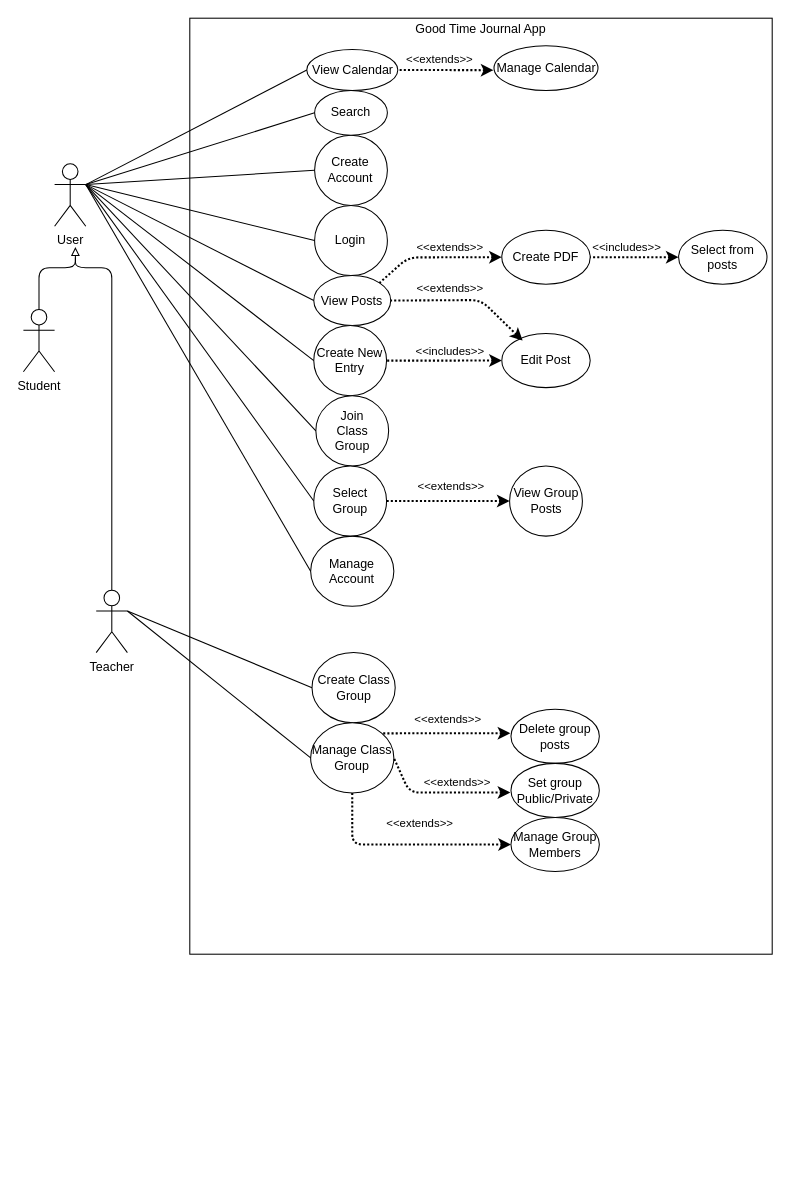
Before: UseCase.drawio in VadathHeilsang/430DreamTeam, a draw.io diagram. Source tidied: cells renumbered, new cells numbered last; positions are measured from the earlier drawing's top-left corner, leaving out a move shared by most shapes. Both pictures are drawn from the tidied source at 104%, with x=0, y=0 at pixel (23, 18).
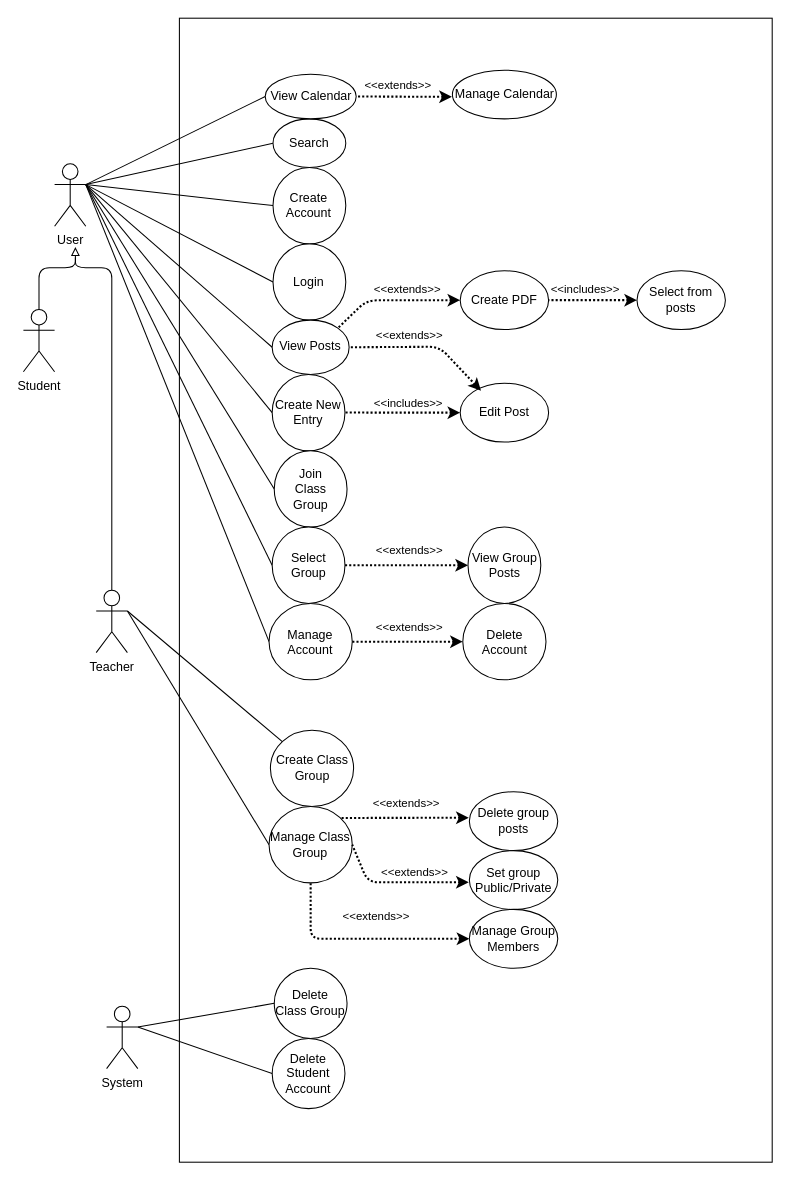
The same page after the edit.

Commit message:
Added "System" Use cases

The change refers to these unchanged cells:
```xml
<mxCell id="52" value="User" style="shape=umlActor;verticalLabelPosition=bottom;verticalAlign=top;html=1;outlineConnect=0;" parent="1" vertex="1">
  <mxGeometry x="30" y="140" width="30" height="60" as="geometry" />
</mxCell>
<mxCell id="54" value="Teacher" style="shape=umlActor;verticalLabelPosition=bottom;verticalAlign=top;html=1;outlineConnect=0;" parent="1" vertex="1">
  <mxGeometry x="70" y="550" width="30" height="60" as="geometry" />
</mxCell>
```

What changed in the source:
```diff
@@
-    <mxCell id="2" style="group;" parent="1" vertex="1">
-      <mxGeometry x="310" y="100" width="410" height="800" as="geometry" />
-    </mxCell>
-    <mxCell id="3" style="group;" parent="2" vertex="1">
-      <mxGeometry x="-150" y="-100" width="560" height="900" as="geometry" />
-    </mxCell>
-    <mxCell id="4" style="rounded=0;whiteSpace=wrap;html=1;" parent="3" vertex="1">
-      <mxGeometry width="560" height="900" as="geometry" />
-    </mxCell>
-    <mxCell id="5" value="Good Time Journal App" style="text;html=1;strokeColor=none;fillColor=none;align=center;verticalAlign=middle;whiteSpace=wrap;rounded=0;" parent="3" vertex="1">
-      <mxGeometry x="210" width="140" height="22.5" as="geometry" />
-    </mxCell>
-    <mxCell id="6" value="&amp;lt;&amp;lt;includes&amp;gt;&amp;gt;" style="endArrow=none;html=1;strokeWidth=2;startArrow=classic;startFill=1;entryX=1;entryY=0.5;entryDx=0;entryDy=0;exitX=0;exitY=0.5;exitDx=0;exitDy=0;dashed=1;dashPattern=1 1;" parent="3" edge="1" source="20" target="27">
-      <mxGeometry x="-0.1" y="-9" relative="1" as="geometry" />
-    </mxCell>
-    <mxCell id="7" value="&amp;lt;&amp;lt;extends&amp;gt;&amp;gt;" style="endArrow=none;html=1;strokeWidth=2;startArrow=classic;startFill=1;dashed=1;dashPattern=1 1;entryX=1;entryY=0.5;entryDx=0;entryDy=0;exitX=0;exitY=0.5;exitDx=0;exitDy=0;" parent="3" edge="1" source="18" target="32">
-      <mxGeometry x="-0.03" y="-14" relative="1" as="geometry" />
-    </mxCell>
-    <mxCell id="8" value="Manage Account" style="ellipse;whiteSpace=wrap;html=1;" parent="3" vertex="1">
-      <mxGeometry x="116.2" y="498" width="80" height="67.5" as="geometry" />
-    </mxCell>
-    <mxCell id="9" style="group;" parent="3" vertex="1">
-      <mxGeometry x="120" y="180" width="70" height="67.5" as="geometry" />
-    </mxCell>
-    <mxCell id="10" style="ellipse;whiteSpace=wrap;html=1;" parent="9" vertex="1">
-      <mxGeometry width="70" height="67.5" as="geometry" />
-    </mxCell>
-    <mxCell id="11" value="&lt;div&gt;Login&lt;/div&gt;" style="text;html=1;strokeColor=none;fillColor=none;align=center;verticalAlign=middle;whiteSpace=wrap;rounded=0;" parent="9" vertex="1">
-      <mxGeometry x="23.3" y="25.3" width="23.3" height="16.9" as="geometry" />
-    </mxCell>
-    <mxCell id="12" style="group;" parent="3" vertex="1">
-      <mxGeometry x="120" y="112.5" width="70" height="67.5" as="geometry" />
-    </mxCell>
-    <mxCell id="13" style="ellipse;whiteSpace=wrap;html=1;" parent="12" vertex="1">
-      <mxGeometry width="70" height="67.5" as="geometry" />
-    </mxCell>
-    <mxCell id="14" value="Create Account" style="text;html=1;strokeColor=none;fillColor=none;align=center;verticalAlign=middle;whiteSpace=wrap;rounded=0;" parent="12" vertex="1">
-      <mxGeometry x="23.3" y="25.3" width="23.3" height="16.9" as="geometry" />
-    </mxCell>
-    <mxCell id="15" value="Search" style="ellipse;whiteSpace=wrap;html=1;" parent="3" vertex="1">
-      <mxGeometry x="120" y="69.5" width="70" height="43" as="geometry" />
-    </mxCell>
-    <mxCell id="16" value="View Calendar" style="ellipse;whiteSpace=wrap;html=1;" parent="3" vertex="1">
-      <mxGeometry x="112.5" y="30" width="87.5" height="39.5" as="geometry" />
-    </mxCell>
-    <mxCell id="17" value="Manage Calendar" style="ellipse;whiteSpace=wrap;html=1;" parent="3" vertex="1">
-      <mxGeometry x="292.5" y="26.5" width="100" height="43" as="geometry" />
-    </mxCell>
-    <mxCell id="18" value="View Group Posts" style="ellipse;whiteSpace=wrap;html=1;" parent="3" vertex="1">
-      <mxGeometry x="307.5" y="430.5" width="70" height="67.5" as="geometry" />
-    </mxCell>
-    <mxCell id="19" value="View Posts" style="ellipse;whiteSpace=wrap;html=1;" parent="3" vertex="1">
-      <mxGeometry x="119.2" y="247.5" width="74" height="48" as="geometry" />
-    </mxCell>
-    <mxCell id="20" value="Edit Post" style="ellipse;whiteSpace=wrap;html=1;" parent="3" vertex="1">
-      <mxGeometry x="300" y="303.2" width="85" height="52" as="geometry" />
-    </mxCell>
-    <mxCell id="21" value="Create PDF" style="ellipse;whiteSpace=wrap;html=1;" parent="3" vertex="1">
-      <mxGeometry x="300" y="203.8" width="85" height="52" as="geometry" />
-    </mxCell>
-    <mxCell id="22" value="&amp;lt;&amp;lt;extends&amp;gt;&amp;gt;" style="endArrow=none;html=1;strokeWidth=2;startArrow=classic;startFill=1;entryX=1;entryY=0.5;entryDx=0;entryDy=0;dashed=1;dashPattern=1 1;" parent="3" edge="1" target="16">
-      <mxGeometry x="0.13" y="-10" relative="1" as="geometry">
-        <mxPoint x="292" y="50" as="sourcePoint" />
-      </mxGeometry>
-    </mxCell>
-    <mxCell id="23" value="&amp;lt;&amp;lt;extends&amp;gt;&amp;gt;" style="endArrow=none;html=1;strokeWidth=2;startArrow=classic;startFill=1;dashed=1;dashPattern=1 1;entryX=1;entryY=0.5;entryDx=0;entryDy=0;" parent="3" edge="1" target="19">
-      <mxGeometry x="0.2" y="-11" relative="1" as="geometry">
-        <mxPoint x="320" y="310" as="sourcePoint" />
-        <Array as="points">
-          <mxPoint x="280" y="271" />
-        </Array>
-      </mxGeometry>
-    </mxCell>
-    <mxCell id="24" value="&amp;lt;&amp;lt;extends&amp;gt;&amp;gt;" style="endArrow=none;html=1;strokeWidth=2;startArrow=classic;startFill=1;exitX=0;exitY=0.5;exitDx=0;exitDy=0;dashed=1;dashPattern=1 1;entryX=1;entryY=0;entryDx=0;entryDy=0;" parent="3" edge="1" source="21" target="19">
-      <mxGeometry x="-0.21" y="-10" relative="1" as="geometry">
-        <Array as="points">
-          <mxPoint x="210" y="230" />
-        </Array>
-      </mxGeometry>
-    </mxCell>
-    <mxCell id="25" value="Select from posts" style="ellipse;whiteSpace=wrap;html=1;" parent="3" vertex="1">
-      <mxGeometry x="470" y="203.8" width="85" height="52" as="geometry" />
-    </mxCell>
-    <mxCell id="26" value="&amp;lt;&amp;lt;includes&amp;gt;&amp;gt;" style="endArrow=none;html=1;strokeWidth=2;startArrow=classic;startFill=1;entryX=1;entryY=0.5;entryDx=0;entryDy=0;exitX=0;exitY=0.5;exitDx=0;exitDy=0;dashed=1;dashPattern=1 1;" parent="3" edge="1" source="25" target="21">
-      <mxGeometry x="0.18" y="-10" relative="1" as="geometry" />
-    </mxCell>
-    <mxCell id="27" value="Create New Entry" style="ellipse;whiteSpace=wrap;html=1;" parent="3" vertex="1">
-      <mxGeometry x="119.2" y="295.5" width="70" height="67.5" as="geometry" />
-    </mxCell>
-    <mxCell id="28" style="group;" parent="3" vertex="1">
-      <mxGeometry x="121.2" y="363" width="70" height="67.5" as="geometry" />
-    </mxCell>
-    <mxCell id="29" style="ellipse;whiteSpace=wrap;html=1;" parent="28" vertex="1">
-      <mxGeometry width="70" height="67.5" as="geometry" />
-    </mxCell>
-    <mxCell id="30" value="Join Class Group" style="text;html=1;strokeColor=none;fillColor=none;align=center;verticalAlign=middle;whiteSpace=wrap;rounded=0;" parent="28" vertex="1">
-      <mxGeometry x="23.3" y="25.3" width="23.3" height="16.9" as="geometry" />
-    </mxCell>
-    <mxCell id="31" style="group;" parent="3" vertex="1">
-      <mxGeometry x="119.2" y="430.5" width="70" height="67.5" as="geometry" />
-    </mxCell>
-    <mxCell id="32" style="ellipse;whiteSpace=wrap;html=1;" parent="31" vertex="1">
-      <mxGeometry width="70" height="67.5" as="geometry" />
-    </mxCell>
-    <mxCell id="33" value="Select Group" style="text;html=1;strokeColor=none;fillColor=none;align=center;verticalAlign=middle;whiteSpace=wrap;rounded=0;" parent="31" vertex="1">
-      <mxGeometry x="23.3" y="25.3" width="23.3" height="16.9" as="geometry" />
-    </mxCell>
-    <mxCell id="34" style="edgeStyle=orthogonalEdgeStyle;rounded=0;orthogonalLoop=1;jettySize=auto;html=1;exitX=0.5;exitY=1;exitDx=0;exitDy=0;" parent="3" edge="1" source="4" target="4">
-      <mxGeometry relative="1" as="geometry" />
-    </mxCell>
-    <mxCell id="35" value="Create Class Group" style="ellipse;whiteSpace=wrap;html=1;" parent="3" vertex="1">
-      <mxGeometry x="117.5" y="610" width="80" height="67.5" as="geometry" />
-    </mxCell>
-    <mxCell id="36" value="Manage Class Group" style="ellipse;whiteSpace=wrap;html=1;" parent="3" vertex="1">
-      <mxGeometry x="116.2" y="677.5" width="80" height="67.5" as="geometry" />
-    </mxCell>
-    <mxCell id="37" value="Delete group posts" style="ellipse;whiteSpace=wrap;html=1;" parent="3" vertex="1">
-      <mxGeometry x="308.8" y="664.5" width="85" height="52" as="geometry" />
-    </mxCell>
-    <mxCell id="38" value="Set group Public/Private" style="ellipse;whiteSpace=wrap;html=1;" parent="3" vertex="1">
-      <mxGeometry x="308.8" y="716.5" width="85" height="52" as="geometry" />
-    </mxCell>
-    <mxCell id="39" value="Manage Group Members" style="ellipse;whiteSpace=wrap;html=1;" parent="3" vertex="1">
-      <mxGeometry x="308.8" y="768.5" width="85" height="52" as="geometry" />
-    </mxCell>
-    <mxCell id="40" value="&amp;lt;&amp;lt;extends&amp;gt;&amp;gt;" style="endArrow=none;html=1;strokeWidth=2;startArrow=classic;startFill=1;dashed=1;dashPattern=1 1;entryX=1;entryY=0;entryDx=0;entryDy=0;" parent="3" edge="1" target="36">
-      <mxGeometry x="-0.03" y="-14" relative="1" as="geometry">
-        <mxPoint x="308.2" y="687.5" as="sourcePoint" />
-      </mxGeometry>
-    </mxCell>
-    <mxCell id="41" value="&amp;lt;&amp;lt;extends&amp;gt;&amp;gt;" style="endArrow=none;html=1;strokeWidth=2;startArrow=classic;startFill=1;dashed=1;dashPattern=1 1;exitX=0;exitY=0.5;exitDx=0;exitDy=0;entryX=0.5;entryY=1;entryDx=0;entryDy=0;" parent="3" edge="1" source="39" target="36">
-      <mxGeometry x="-0.13" y="-21" relative="1" as="geometry">
-        <Array as="points">
-          <mxPoint x="156.2" y="794.5" />
-        </Array>
-      </mxGeometry>
-    </mxCell>
-    <mxCell id="42" value="&amp;lt;&amp;lt;extends&amp;gt;&amp;gt;" style="endArrow=none;html=1;strokeWidth=2;startArrow=classic;startFill=1;dashed=1;dashPattern=1 1;entryX=1;entryY=0.5;entryDx=0;entryDy=0;" parent="3" edge="1" target="36">
-      <mxGeometry x="-0.24" y="-10" relative="1" as="geometry">
-        <mxPoint x="308.2" y="744.5" as="sourcePoint" />
-        <Array as="points">
-          <mxPoint x="211.2" y="744.5" />
-        </Array>
-      </mxGeometry>
-    </mxCell>
+    <mxCell id="59" style="rounded=0;whiteSpace=wrap;html=1;" parent="1" vertex="1">
+      <mxGeometry x="150" width="570" height="1100" as="geometry" />
+    </mxCell>
@@
-    <mxCell id="45" style="endArrow=none;html=1;entryX=0;entryY=0.5;entryDx=0;entryDy=0;exitX=1;exitY=0.3333333333333333;exitDx=0;exitDy=0;exitPerimeter=0;" parent="1" edge="1" source="52" target="13">
+    <mxCell id="45" style="endArrow=none;html=1;entryX=0;entryY=0.5;entryDx=0;entryDy=0;exitX=1;exitY=0.3333333333333333;exitDx=0;exitDy=0;exitPerimeter=0;" parent="1" edge="1" source="52" target="68">
       <mxGeometry relative="1" as="geometry" />
     </mxCell>
-    <mxCell id="46" style="endArrow=none;html=1;entryX=0;entryY=0.5;entryDx=0;entryDy=0;exitX=1;exitY=0.3333333333333333;exitDx=0;exitDy=0;exitPerimeter=0;" parent="1" edge="1" source="52" target="10">
+    <mxCell id="46" style="endArrow=none;html=1;entryX=0;entryY=0.5;entryDx=0;entryDy=0;exitX=1;exitY=0.3333333333333333;exitDx=0;exitDy=0;exitPerimeter=0;" parent="1" edge="1" source="52" target="66">
       <mxGeometry relative="1" as="geometry" />
     </mxCell>
@@
-    <mxCell id="49" style="endArrow=none;html=1;entryX=0;entryY=0.5;entryDx=0;entryDy=0;exitX=1;exitY=0.3333333333333333;exitDx=0;exitDy=0;exitPerimeter=0;" parent="1" edge="1" source="52" target="32">
+    <mxCell id="49" style="endArrow=none;html=1;entryX=0;entryY=0.5;entryDx=0;entryDy=0;exitX=1;exitY=0.3333333333333333;exitDx=0;exitDy=0;exitPerimeter=0;" parent="1" edge="1" source="52" target="73">
       <mxGeometry relative="1" as="geometry" />
     </mxCell>
-    <mxCell id="50" style="endArrow=none;html=1;entryX=0;entryY=0.5;entryDx=0;entryDy=0;exitX=1;exitY=0.3333333333333333;exitDx=0;exitDy=0;exitPerimeter=0;" parent="1" edge="1" source="52" target="29">
+    <mxCell id="50" style="endArrow=none;html=1;entryX=0;entryY=0.5;entryDx=0;entryDy=0;exitX=1;exitY=0.3333333333333333;exitDx=0;exitDy=0;exitPerimeter=0;" parent="1" edge="1" source="52" target="71">
       <mxGeometry relative="1" as="geometry" />
     </mxCell>
@@
-    <mxCell id="57" style="endArrow=none;html=1;exitX=1;exitY=0.3333333333333333;exitDx=0;exitDy=0;exitPerimeter=0;entryX=0;entryY=0.5;entryDx=0;entryDy=0;" parent="1" edge="1" source="54" target="35">
+    <mxCell id="57" style="endArrow=none;html=1;exitX=1;exitY=0.3333333333333333;exitDx=0;exitDy=0;exitPerimeter=0;entryX=0;entryY=0;entryDx=0;entryDy=0;" parent="1" edge="1" source="54" target="35">
       <mxGeometry relative="1" as="geometry" />
     </mxCell>
@@
+    <mxCell id="60" value="Delete Class Group" style="ellipse;whiteSpace=wrap;html=1;" parent="1" vertex="1">
+      <mxGeometry x="241.2" y="913.5" width="70" height="67.5" as="geometry" />
+    </mxCell>
+    <mxCell id="61" value="Delete Student Account" style="ellipse;whiteSpace=wrap;html=1;" parent="1" vertex="1">
+      <mxGeometry x="239.2" y="981" width="70" height="67.5" as="geometry" />
+    </mxCell>
+    <mxCell id="62" style="endArrow=none;html=1;exitX=1;exitY=0.3333333333333333;exitDx=0;exitDy=0;exitPerimeter=0;entryX=0;entryY=0.5;entryDx=0;entryDy=0;" parent="1" edge="1" source="77" target="60">
+      <mxGeometry relative="1" as="geometry" />
+    </mxCell>
+    <mxCell id="63" style="endArrow=none;html=1;entryX=0;entryY=0.5;entryDx=0;entryDy=0;exitX=1;exitY=0.3333333333333333;exitDx=0;exitDy=0;exitPerimeter=0;" parent="1" edge="1" source="77" target="61">
+      <mxGeometry relative="1" as="geometry" />
+    </mxCell>
+    <mxCell id="6" value="&amp;lt;&amp;lt;includes&amp;gt;&amp;gt;" style="endArrow=none;html=1;strokeWidth=2;startArrow=classic;startFill=1;entryX=1;entryY=0.5;entryDx=0;entryDy=0;exitX=0;exitY=0.5;exitDx=0;exitDy=0;dashed=1;dashPattern=1 1;" parent="1" edge="1" source="20" target="27">
+      <mxGeometry x="-0.1" y="-9" relative="1" as="geometry" />
+    </mxCell>
+    <mxCell id="64" value="&amp;lt;&amp;lt;extends&amp;gt;&amp;gt;" style="endArrow=none;html=1;strokeWidth=2;startArrow=classic;startFill=1;dashed=1;dashPattern=1 1;entryX=1;entryY=0.5;entryDx=0;entryDy=0;exitX=0;exitY=0.5;exitDx=0;exitDy=0;" parent="1" edge="1" source="18" target="73">
+      <mxGeometry x="-0.03" y="-14" relative="1" as="geometry" />
+    </mxCell>
+    <mxCell id="8" value="Manage Account" style="ellipse;whiteSpace=wrap;html=1;" parent="1" vertex="1">
+      <mxGeometry x="236.2" y="562.8" width="80" height="73.4" as="geometry" />
+    </mxCell>
+    <mxCell id="65" style="group;" parent="1" vertex="1">
+      <mxGeometry x="240" y="216.9" width="70" height="73.4" as="geometry" />
+    </mxCell>
+    <mxCell id="66" style="ellipse;whiteSpace=wrap;html=1;" parent="65" vertex="1">
+      <mxGeometry width="70" height="73.4" as="geometry" />
+    </mxCell>
+    <mxCell id="11" value="&lt;div&gt;Login&lt;/div&gt;" style="text;html=1;strokeColor=none;fillColor=none;align=center;verticalAlign=middle;whiteSpace=wrap;rounded=0;" parent="65" vertex="1">
+      <mxGeometry x="23.3" y="27.5" width="23.3" height="18.4" as="geometry" />
+    </mxCell>
+    <mxCell id="67" style="group;" parent="1" vertex="1">
+      <mxGeometry x="240" y="143.5" width="70" height="73.4" as="geometry" />
+    </mxCell>
+    <mxCell id="68" style="ellipse;whiteSpace=wrap;html=1;" parent="67" vertex="1">
+      <mxGeometry width="70" height="73.4" as="geometry" />
+    </mxCell>
+    <mxCell id="14" value="Create Account" style="text;html=1;strokeColor=none;fillColor=none;align=center;verticalAlign=middle;whiteSpace=wrap;rounded=0;" parent="67" vertex="1">
+      <mxGeometry x="23.3" y="27.5" width="23.3" height="18.4" as="geometry" />
+    </mxCell>
+    <mxCell id="15" value="Search" style="ellipse;whiteSpace=wrap;html=1;" parent="1" vertex="1">
+      <mxGeometry x="240" y="96.8" width="70" height="46.8" as="geometry" />
+    </mxCell>
+    <mxCell id="16" value="View Calendar" style="ellipse;whiteSpace=wrap;html=1;" parent="1" vertex="1">
+      <mxGeometry x="232.5" y="53.8" width="87.5" height="43" as="geometry" />
+    </mxCell>
+    <mxCell id="17" value="Manage Calendar" style="ellipse;whiteSpace=wrap;html=1;" parent="1" vertex="1">
+      <mxGeometry x="412.5" y="50" width="100" height="46.8" as="geometry" />
+    </mxCell>
+    <mxCell id="18" value="View Group Posts" style="ellipse;whiteSpace=wrap;html=1;" parent="1" vertex="1">
+      <mxGeometry x="427.5" y="489.3" width="70" height="73.4" as="geometry" />
+    </mxCell>
+    <mxCell id="19" value="View Posts" style="ellipse;whiteSpace=wrap;html=1;" parent="1" vertex="1">
+      <mxGeometry x="239.2" y="290.3" width="74" height="52.2" as="geometry" />
+    </mxCell>
+    <mxCell id="20" value="Edit Post" style="ellipse;whiteSpace=wrap;html=1;" parent="1" vertex="1">
+      <mxGeometry x="420" y="351" width="85" height="56.6" as="geometry" />
+    </mxCell>
+    <mxCell id="21" value="Create PDF" style="ellipse;whiteSpace=wrap;html=1;" parent="1" vertex="1">
+      <mxGeometry x="420" y="242.8" width="85" height="56.6" as="geometry" />
+    </mxCell>
+    <mxCell id="22" value="&amp;lt;&amp;lt;extends&amp;gt;&amp;gt;" style="endArrow=none;html=1;strokeWidth=2;startArrow=classic;startFill=1;entryX=1;entryY=0.5;entryDx=0;entryDy=0;dashed=1;dashPattern=1 1;" parent="1" edge="1" target="16">
+      <mxGeometry x="0.13" y="-10" relative="1" as="geometry">
+        <mxPoint x="412" y="75.6" as="sourcePoint" />
+      </mxGeometry>
+    </mxCell>
+    <mxCell id="69" value="&amp;lt;&amp;lt;extends&amp;gt;&amp;gt;" style="endArrow=none;html=1;strokeWidth=2;startArrow=classic;startFill=1;dashed=1;dashPattern=1 1;entryX=1;entryY=0.5;entryDx=0;entryDy=0;" parent="1" edge="1" target="19">
+      <mxGeometry x="0.2" y="-11" relative="1" as="geometry">
+        <mxPoint x="440" y="358.3" as="sourcePoint" />
+        <Array as="points">
+          <mxPoint x="400" y="315.9" />
+        </Array>
+      </mxGeometry>
+    </mxCell>
+    <mxCell id="24" value="&amp;lt;&amp;lt;extends&amp;gt;&amp;gt;" style="endArrow=none;html=1;strokeWidth=2;startArrow=classic;startFill=1;exitX=0;exitY=0.5;exitDx=0;exitDy=0;dashed=1;dashPattern=1 1;entryX=1;entryY=0;entryDx=0;entryDy=0;" parent="1" edge="1" source="21" target="19">
+      <mxGeometry x="-0.21" y="-10" relative="1" as="geometry">
+        <Array as="points">
+          <mxPoint x="330" y="271.3" />
+        </Array>
+      </mxGeometry>
+    </mxCell>
+    <mxCell id="25" value="Select from posts" style="ellipse;whiteSpace=wrap;html=1;" parent="1" vertex="1">
+      <mxGeometry x="590" y="242.8" width="85" height="56.6" as="geometry" />
+    </mxCell>
+    <mxCell id="26" value="&amp;lt;&amp;lt;includes&amp;gt;&amp;gt;" style="endArrow=none;html=1;strokeWidth=2;startArrow=classic;startFill=1;entryX=1;entryY=0.5;entryDx=0;entryDy=0;exitX=0;exitY=0.5;exitDx=0;exitDy=0;dashed=1;dashPattern=1 1;" parent="1" edge="1" source="25" target="21">
+      <mxGeometry x="0.18" y="-10" relative="1" as="geometry" />
+    </mxCell>
+    <mxCell id="27" value="Create New Entry" style="ellipse;whiteSpace=wrap;html=1;" parent="1" vertex="1">
+      <mxGeometry x="239.2" y="342.5" width="70" height="73.4" as="geometry" />
+    </mxCell>
+    <mxCell id="70" style="group;" parent="1" vertex="1">
+      <mxGeometry x="241.2" y="415.9" width="70" height="73.4" as="geometry" />
+    </mxCell>
+    <mxCell id="71" style="ellipse;whiteSpace=wrap;html=1;" parent="70" vertex="1">
+      <mxGeometry width="70" height="73.4" as="geometry" />
+    </mxCell>
+    <mxCell id="30" value="Join Class Group" style="text;html=1;strokeColor=none;fillColor=none;align=center;verticalAlign=middle;whiteSpace=wrap;rounded=0;" parent="70" vertex="1">
+      <mxGeometry x="23.3" y="27.5" width="23.3" height="18.4" as="geometry" />
+    </mxCell>
+    <mxCell id="72" style="group;" parent="1" vertex="1">
+      <mxGeometry x="239.2" y="489.3" width="70" height="73.4" as="geometry" />
+    </mxCell>
+    <mxCell id="73" style="ellipse;whiteSpace=wrap;html=1;" parent="72" vertex="1">
+      <mxGeometry width="70" height="73.4" as="geometry" />
+    </mxCell>
+    <mxCell id="33" value="Select Group" style="text;html=1;strokeColor=none;fillColor=none;align=center;verticalAlign=middle;whiteSpace=wrap;rounded=0;" parent="72" vertex="1">
+      <mxGeometry x="23.3" y="27.5" width="23.3" height="18.4" as="geometry" />
+    </mxCell>
+    <mxCell id="35" value="Create Class Group" style="ellipse;whiteSpace=wrap;html=1;" parent="1" vertex="1">
+      <mxGeometry x="237.5" y="684.6" width="80" height="73.4" as="geometry" />
+    </mxCell>
+    <mxCell id="36" value="Manage Class Group" style="ellipse;whiteSpace=wrap;html=1;" parent="1" vertex="1">
+      <mxGeometry x="236.2" y="758" width="80" height="73.4" as="geometry" />
+    </mxCell>
+    <mxCell id="37" value="Delete group posts" style="ellipse;whiteSpace=wrap;html=1;" parent="1" vertex="1">
+      <mxGeometry x="428.8" y="743.8" width="85" height="56.6" as="geometry" />
+    </mxCell>
+    <mxCell id="38" value="Set group Public/Private" style="ellipse;whiteSpace=wrap;html=1;" parent="1" vertex="1">
+      <mxGeometry x="428.8" y="800.4" width="85" height="56.6" as="geometry" />
+    </mxCell>
+    <mxCell id="39" value="Manage Group Members" style="ellipse;whiteSpace=wrap;html=1;" parent="1" vertex="1">
+      <mxGeometry x="428.8" y="856.9" width="85" height="56.6" as="geometry" />
+    </mxCell>
+    <mxCell id="40" value="&amp;lt;&amp;lt;extends&amp;gt;&amp;gt;" style="endArrow=none;html=1;strokeWidth=2;startArrow=classic;startFill=1;dashed=1;dashPattern=1 1;entryX=1;entryY=0;entryDx=0;entryDy=0;" parent="1" edge="1" target="36">
+      <mxGeometry x="-0.03" y="-14" relative="1" as="geometry">
+        <mxPoint x="428.2" y="768.8" as="sourcePoint" />
+      </mxGeometry>
+    </mxCell>
+    <mxCell id="41" value="&amp;lt;&amp;lt;extends&amp;gt;&amp;gt;" style="endArrow=none;html=1;strokeWidth=2;startArrow=classic;startFill=1;dashed=1;dashPattern=1 1;exitX=0;exitY=0.5;exitDx=0;exitDy=0;entryX=0.5;entryY=1;entryDx=0;entryDy=0;" parent="1" edge="1" source="39" target="36">
+      <mxGeometry x="-0.13" y="-21" relative="1" as="geometry">
+        <Array as="points">
+          <mxPoint x="276.2" y="885.2" />
+        </Array>
+      </mxGeometry>
+    </mxCell>
+    <mxCell id="74" value="&amp;lt;&amp;lt;extends&amp;gt;&amp;gt;" style="endArrow=none;html=1;strokeWidth=2;startArrow=classic;startFill=1;dashed=1;dashPattern=1 1;entryX=1;entryY=0.5;entryDx=0;entryDy=0;" parent="1" edge="1" target="36">
+      <mxGeometry x="-0.24" y="-10" relative="1" as="geometry">
+        <mxPoint x="428.2" y="830.8" as="sourcePoint" />
+        <Array as="points">
+          <mxPoint x="331.2" y="830.8" />
+        </Array>
+      </mxGeometry>
+    </mxCell>
+    <mxCell id="75" value="Delete Account" style="ellipse;whiteSpace=wrap;html=1;" parent="1" vertex="1">
+      <mxGeometry x="422.5" y="562.8" width="80" height="73.4" as="geometry" />
+    </mxCell>
+    <mxCell id="76" value="&amp;lt;&amp;lt;extends&amp;gt;&amp;gt;" style="endArrow=none;html=1;strokeWidth=2;startArrow=classic;startFill=1;dashed=1;dashPattern=1 1;entryX=1;entryY=0.5;entryDx=0;entryDy=0;exitX=0;exitY=0.5;exitDx=0;exitDy=0;" parent="1" edge="1" source="75" target="8">
+      <mxGeometry x="-0.03" y="-14" relative="1" as="geometry" />
+    </mxCell>
+    <mxCell id="77" value="System" style="shape=umlActor;verticalLabelPosition=bottom;verticalAlign=top;html=1;outlineConnect=0;" parent="1" vertex="1">
+      <mxGeometry x="80" y="950" width="30" height="60" as="geometry" />
+    </mxCell>
```
